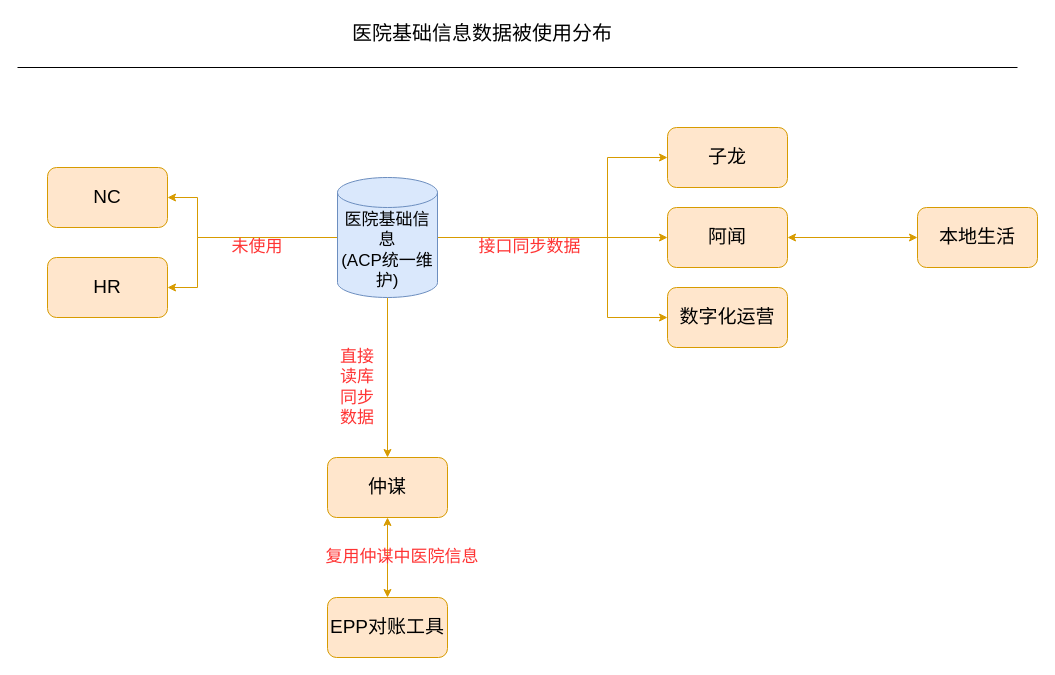
This is pet_data_warehouse/医院基础信息数据分布.drawio from fangzheng0518/draw, a draw.io file, before an edit. Source tidied: cells renumbered, new cells numbered last; positions are measured from the earlier drawing's top-left corner, leaving out a move shared by most shapes. Both pictures are drawn from the tidied source at 100%, with x=0, y=0 at pixel (17, 17).
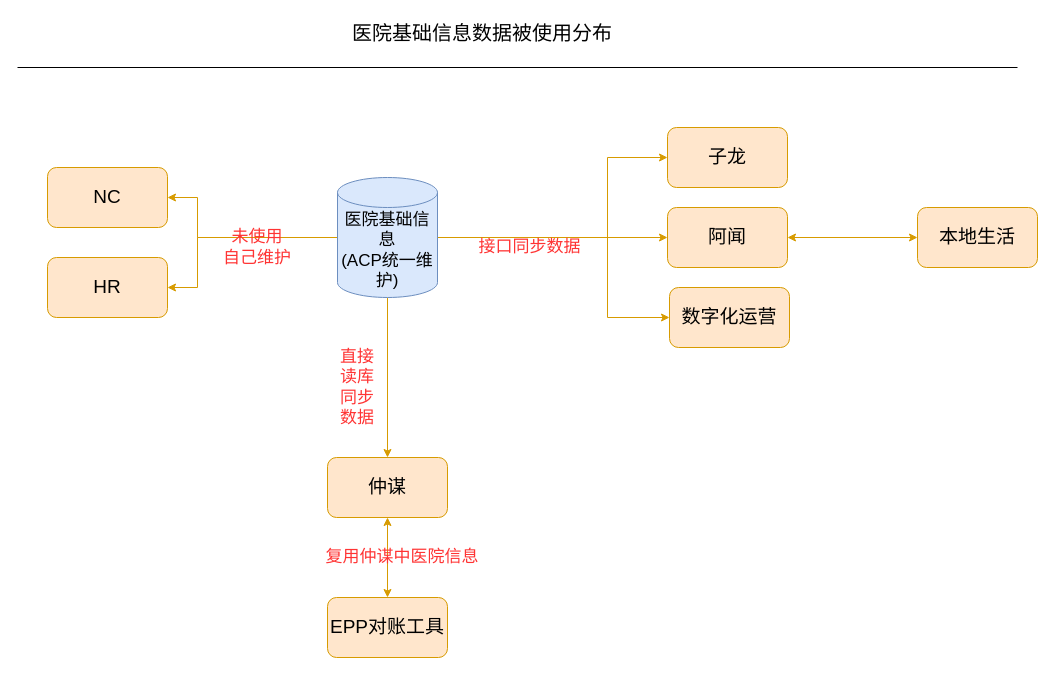
The same page after the edit.

Commit message (it also covers changes not shown here):
更新医院基础信息数据分布.drawio

Change to the diagram source:
```diff
@@
     <mxCell id="12" value="数字化运营" style="whiteSpace=wrap;html=1;strokeColor=#d79b00;fillColor=#ffe6cc;rounded=1;fontSize=19;" parent="1" vertex="1">
-      <mxGeometry x="650" y="270" width="120" height="60" as="geometry" />
+      <mxGeometry x="652" y="270" width="120" height="60" as="geometry" />
     </mxCell>
@@
-    <mxCell id="21" value="&lt;font color=&quot;#ff3333&quot;&gt;未使用&lt;/font&gt;" style="text;html=1;strokeColor=none;fillColor=none;align=center;verticalAlign=middle;whiteSpace=wrap;rounded=0;fontSize=17;" parent="1" vertex="1">
+    <mxCell id="21" value="&lt;font color=&quot;#ff3333&quot;&gt;未使用&lt;br&gt;自己维护&lt;br&gt;&lt;/font&gt;" style="text;html=1;strokeColor=none;fillColor=none;align=center;verticalAlign=middle;whiteSpace=wrap;rounded=0;fontSize=17;" parent="1" vertex="1">
       <mxGeometry x="200" y="220" width="80" height="20" as="geometry" />
     </mxCell>
```
